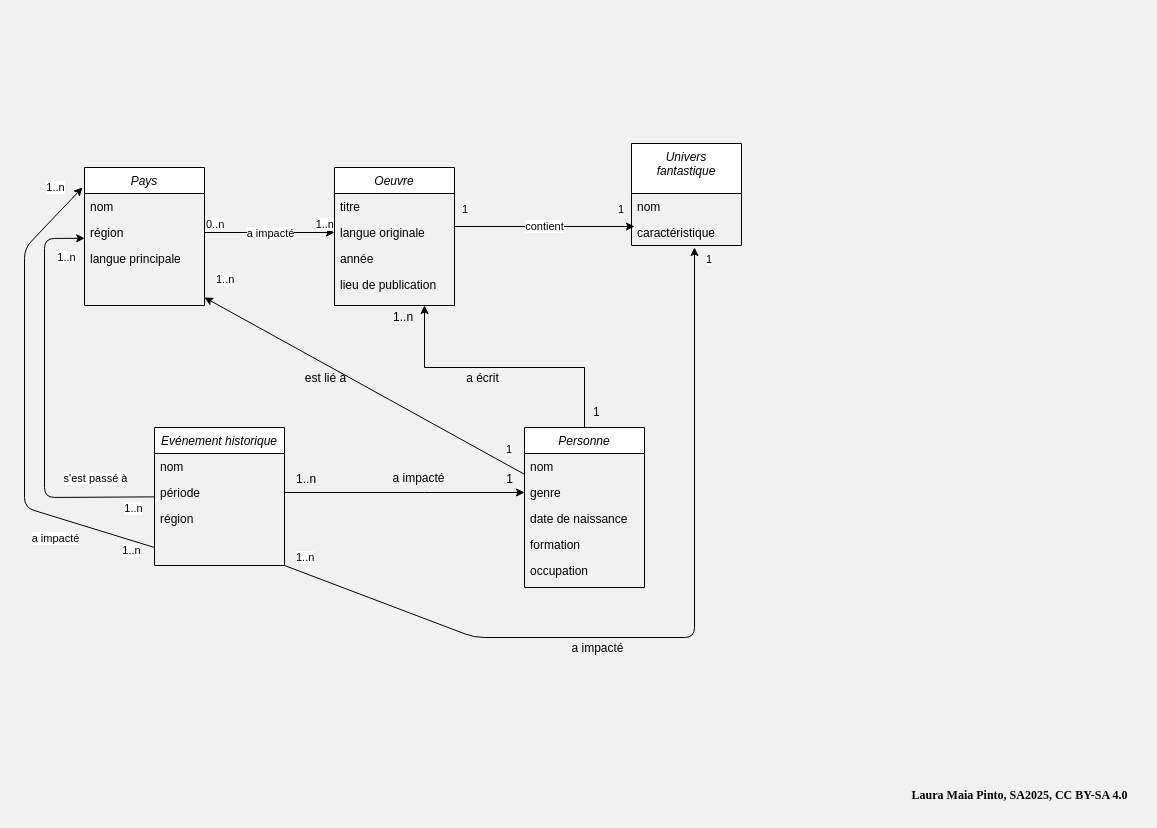
Above: MCD_to_database_example.drawio in lauramaiapinto/ecrivains_fantastiques (draw.io), before the change. Source tidied: cells renumbered, new cells numbered last; positions are measured from the earlier drawing's top-left corner, leaving out a move shared by most shapes. Both pictures are drawn from the tidied source at 100%, with x=0, y=0 at pixel (24, 143).
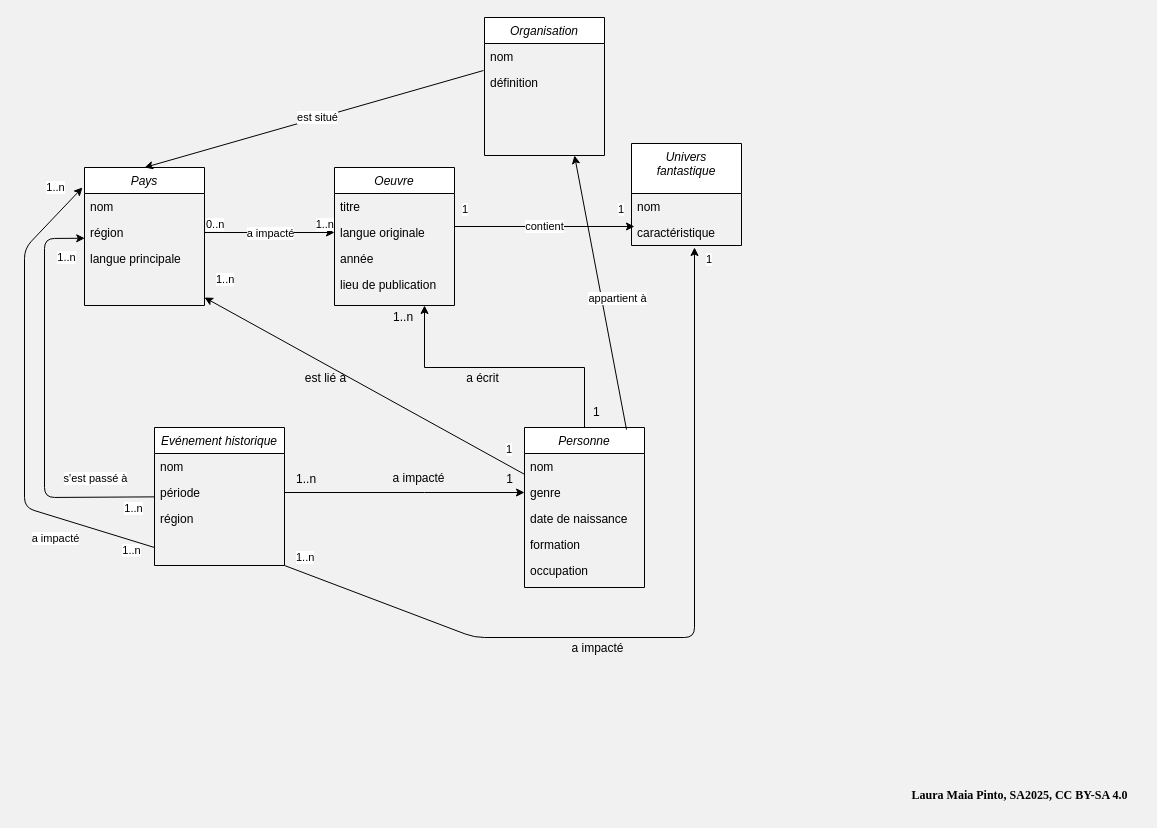
Above is the later version.

The change refers to these unchanged cells:
```xml
<mxCell id="7" value="Personne" style="swimlane;fontStyle=2;align=center;verticalAlign=top;horizontal=1;startSize=26;rounded=0;shadow=0;strokeWidth=1;" parent="1" vertex="1">
  <mxGeometry x="500" y="284" width="120" height="160" as="geometry" />
</mxCell>
<mxCell id="28" value="Pays" style="swimlane;fontStyle=2;align=center;verticalAlign=top;horizontal=1;startSize=26;rounded=0;shadow=0;strokeWidth=1;" parent="1" vertex="1">
  <mxGeometry x="60" y="24" width="120" height="138" as="geometry" />
</mxCell>
```

The edit, as a diff of the source:
```diff
@@
+    <mxCell id="58" value="Organisation" style="swimlane;fontStyle=2;align=center;verticalAlign=top;horizontal=1;startSize=26;rounded=0;shadow=0;strokeWidth=1;" parent="1" vertex="1">
+      <mxGeometry x="460" y="-126" width="120" height="138" as="geometry" />
+    </mxCell>
+    <mxCell id="59" value="nom" style="text;align=left;verticalAlign=top;spacingLeft=4;spacingRight=4;overflow=hidden;points=[[0,0.5],[1,0.5]];portConstraint=eastwest;" parent="58" vertex="1">
+      <mxGeometry y="26" width="120" height="26" as="geometry" />
+    </mxCell>
+    <mxCell id="60" value="définition" style="text;align=left;verticalAlign=top;spacingLeft=4;spacingRight=4;overflow=hidden;rounded=0;shadow=0;html=0;" parent="58" vertex="1">
+      <mxGeometry y="52" width="120" height="26" as="geometry" />
+    </mxCell>
+    <mxCell id="61" style="edgeStyle=none;jettySize=auto;html=1;exitX=-0.008;exitY=1.038;exitDx=0;exitDy=0;exitPerimeter=0;entryX=0.5;entryY=0;entryDx=0;entryDy=0;" parent="1" edge="1" source="59" target="28">
+      <mxGeometry relative="1" as="geometry" />
+    </mxCell>
+    <mxCell id="62" style="edgeStyle=none;jettySize=auto;html=1;entryX=0.75;entryY=1;entryDx=0;entryDy=0;exitX=0.85;exitY=0.013;exitDx=0;exitDy=0;exitPerimeter=0;" parent="1" edge="1" source="7" target="58">
+      <mxGeometry relative="1" as="geometry" />
+    </mxCell>
+    <mxCell id="63" value="est situé" style="edgeLabel;html=1;align=center;verticalAlign=middle;" parent="1" vertex="1">
+      <mxGeometry x="270" y="-57" as="geometry">
+        <mxPoint x="22" y="30" as="offset" />
+      </mxGeometry>
+    </mxCell>
+    <mxCell id="64" value="appartient à" style="edgeLabel;html=1;align=center;verticalAlign=middle;" parent="1" vertex="1">
+      <mxGeometry x="570" y="124" as="geometry">
+        <mxPoint x="22" y="30" as="offset" />
+      </mxGeometry>
+    </mxCell>
```
